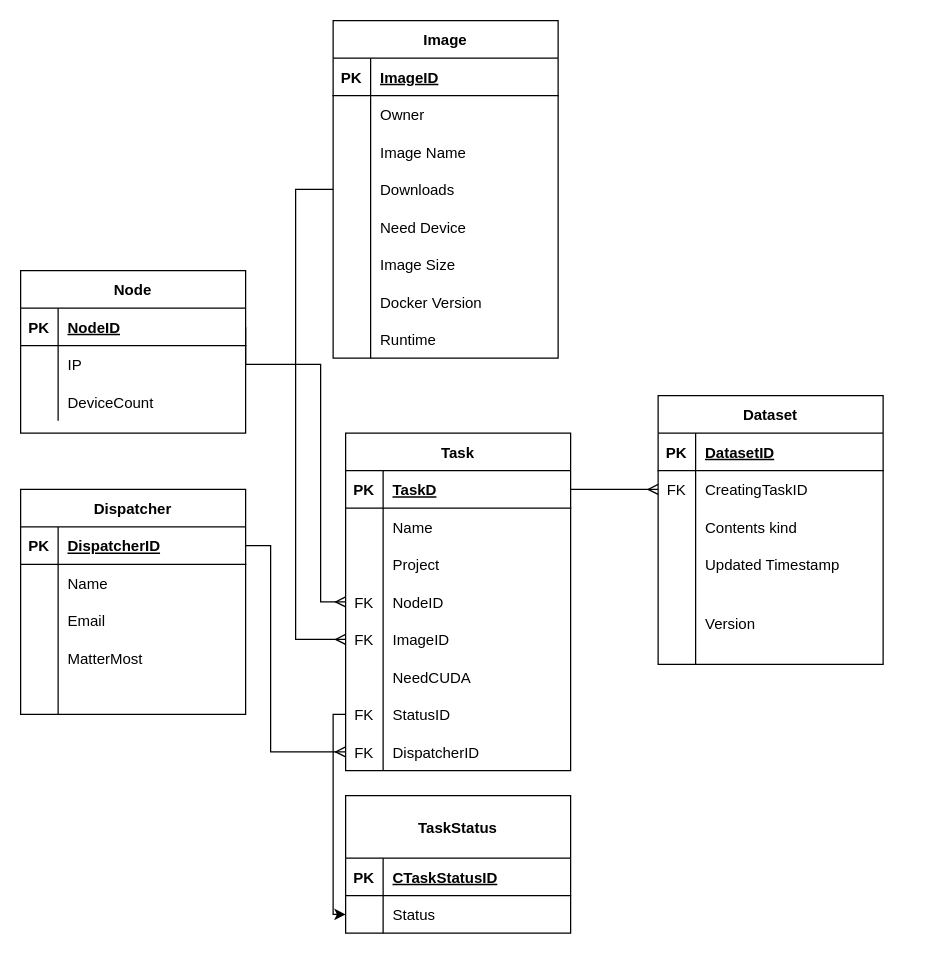
Earlier version of the draw.io diagram page "Страница 1" (1 of 2) of labs/lab01_no_bs/er2.drawio (awarebayes/bases). Source tidied: cells renumbered, new cells numbered last; positions are measured from the earlier drawing's top-left corner, leaving out a move shared by most shapes. Both pictures are drawn from the tidied source at 125%, with x=0, y=0 at pixel (20, 20).
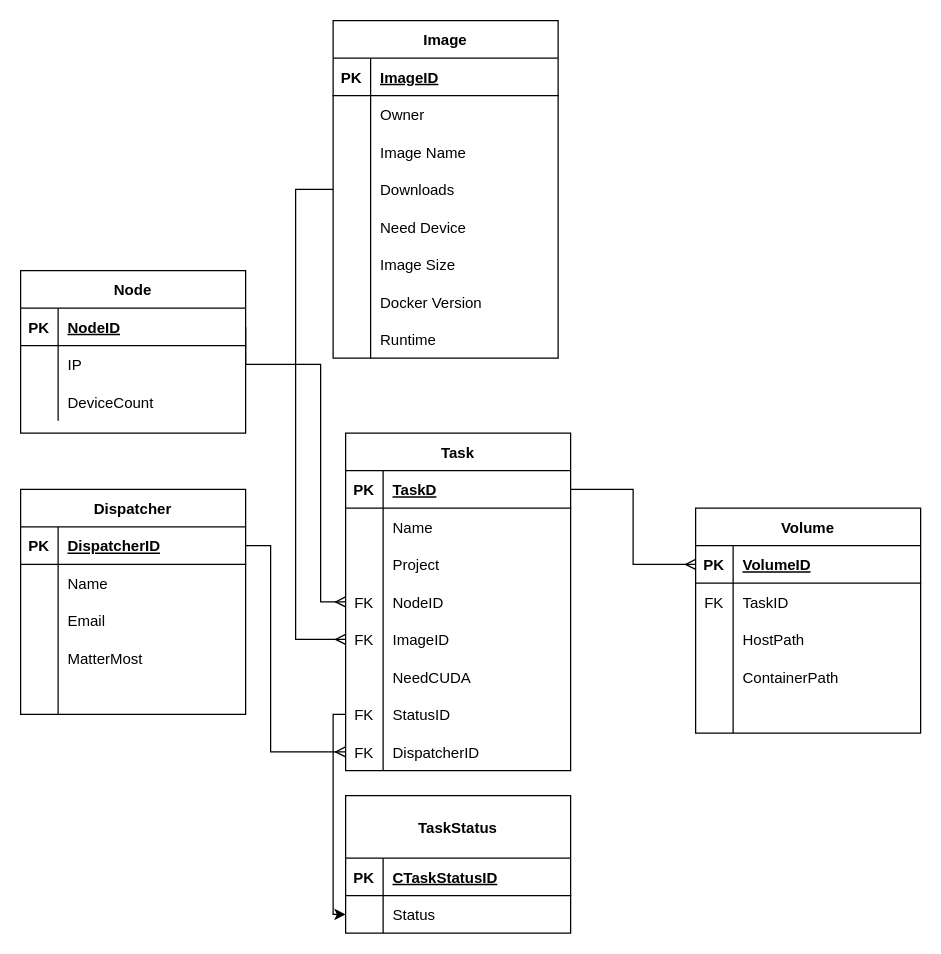
The same diagram, later.

Unchanged cells that the change refers to:
```xml
<mxCell id="3" style="shape=partialRectangle;fillColor=none;top=0;left=0;bottom=1;right=0;points=[[0,0.5],[1,0.5]];portConstraint=eastwest;" parent="2" vertex="1">
  <mxGeometry y="30" width="180" height="30" as="geometry" />
</mxCell>
```

The edit, as a diff of the source:
```diff
@@
-    <mxCell id="43" value="Dataset" style="shape=table;startSize=30;childLayout=tableLayout;rowLines=0;fontStyle=1;align=center;" parent="1" vertex="1">
-      <mxGeometry x="510" y="300" width="180" height="215" as="geometry" />
-    </mxCell>
-    <mxCell id="44" style="shape=partialRectangle;fillColor=none;top=0;left=0;bottom=1;right=0;points=[[0,0.5],[1,0.5]];portConstraint=eastwest;" parent="43" vertex="1">
-      <mxGeometry y="30" width="180" height="30" as="geometry" />
-    </mxCell>
-    <mxCell id="45" value="PK" style="shape=partialRectangle;fillColor=none;top=0;left=0;bottom=0;right=0;fontStyle=1;overflow=hidden;" parent="44" vertex="1">
-      <mxGeometry width="30" height="30" as="geometry" />
-    </mxCell>
-    <mxCell id="46" value="DatasetID" style="shape=partialRectangle;fillColor=none;top=0;left=0;bottom=0;right=0;align=left;spacingLeft=6;fontStyle=5;overflow=hidden;" parent="44" vertex="1">
-      <mxGeometry x="30" width="150" height="30" as="geometry" />
-    </mxCell>
-    <mxCell id="47" style="shape=partialRectangle;fillColor=none;top=0;left=0;bottom=0;right=0;points=[[0,0.5],[1,0.5]];portConstraint=eastwest;" parent="43" vertex="1">
-      <mxGeometry y="60" width="180" height="30" as="geometry" />
-    </mxCell>
-    <mxCell id="48" value="FK" style="shape=partialRectangle;fillColor=none;top=0;left=0;bottom=0;right=0;overflow=hidden;" parent="47" vertex="1">
-      <mxGeometry width="30" height="30" as="geometry" />
-    </mxCell>
-    <mxCell id="49" value="CreatingTaskID" style="shape=partialRectangle;fillColor=none;top=0;left=0;bottom=0;right=0;align=left;spacingLeft=6;overflow=hidden;" parent="47" vertex="1">
-      <mxGeometry x="30" width="150" height="30" as="geometry" />
-    </mxCell>
-    <mxCell id="50" style="shape=partialRectangle;fillColor=none;top=0;left=0;bottom=0;right=0;" parent="43" vertex="1">
-      <mxGeometry y="90" width="180" height="30" as="geometry" />
-    </mxCell>
-    <mxCell id="51" style="shape=partialRectangle;fillColor=none;top=0;left=0;bottom=0;right=0;overflow=hidden;" parent="50" vertex="1">
-      <mxGeometry width="30" height="30" as="geometry" />
-    </mxCell>
-    <mxCell id="52" value="Contents kind" style="shape=partialRectangle;fillColor=none;top=0;left=0;bottom=0;right=0;align=left;spacingLeft=6;overflow=hidden;" parent="50" vertex="1">
-      <mxGeometry x="30" width="150" height="30" as="geometry" />
-    </mxCell>
-    <mxCell id="53" style="shape=partialRectangle;fillColor=none;top=0;left=0;bottom=0;right=0;" parent="43" vertex="1">
-      <mxGeometry y="120" width="180" height="30" as="geometry" />
-    </mxCell>
-    <mxCell id="54" style="shape=partialRectangle;fillColor=none;top=0;left=0;bottom=0;right=0;overflow=hidden;" parent="53" vertex="1">
-      <mxGeometry width="30" height="30" as="geometry" />
-    </mxCell>
-    <mxCell id="55" value="Updated Timestamp" style="shape=partialRectangle;fillColor=none;top=0;left=0;bottom=0;right=0;align=left;spacingLeft=6;overflow=hidden;" parent="53" vertex="1">
-      <mxGeometry x="30" width="150" height="30" as="geometry" />
-    </mxCell>
-    <mxCell id="56" style="shape=partialRectangle;fillColor=none;top=0;left=0;bottom=0;right=0;" parent="43" vertex="1">
-      <mxGeometry y="150" width="180" height="65" as="geometry" />
-    </mxCell>
-    <mxCell id="57" style="shape=partialRectangle;fillColor=none;top=0;left=0;bottom=0;right=0;overflow=hidden;" parent="56" vertex="1">
-      <mxGeometry width="30" height="65" as="geometry" />
-    </mxCell>
-    <mxCell id="58" value="Version" style="shape=partialRectangle;fillColor=none;top=0;left=0;bottom=0;right=0;align=left;spacingLeft=6;overflow=hidden;" parent="56" vertex="1">
-      <mxGeometry x="30" width="150" height="65" as="geometry" />
-    </mxCell>
@@
-    <mxCell id="103" style="edgeStyle=orthogonalEdgeStyle;shape=connector;rounded=0;html=1;exitX=1;exitY=0.5;exitDx=0;exitDy=0;entryX=0;entryY=0.5;entryDx=0;entryDy=0;labelBackgroundColor=default;fontFamily=Helvetica;fontSize=11;fontColor=default;endArrow=ERmany;endFill=0;strokeColor=default;" parent="1" edge="1" source="3" target="47">
-      <mxGeometry relative="1" as="geometry" />
-    </mxCell>
@@
+    <mxCell id="106" value="Volume" style="shape=table;startSize=30;childLayout=tableLayout;rowLines=0;fontStyle=1;align=center;" parent="1" vertex="1">
+      <mxGeometry x="540" y="390" width="180" height="180" as="geometry" />
+    </mxCell>
+    <mxCell id="44" style="shape=partialRectangle;fillColor=none;top=0;left=0;bottom=1;right=0;points=[[0,0.5],[1,0.5]];portConstraint=eastwest;" parent="106" vertex="1">
+      <mxGeometry y="30" width="180" height="30" as="geometry" />
+    </mxCell>
+    <mxCell id="45" value="PK" style="shape=partialRectangle;fillColor=none;top=0;left=0;bottom=0;right=0;fontStyle=1;overflow=hidden;" parent="44" vertex="1">
+      <mxGeometry width="30" height="30" as="geometry" />
+    </mxCell>
+    <mxCell id="107" value="VolumeID" style="shape=partialRectangle;fillColor=none;top=0;left=0;bottom=0;right=0;align=left;spacingLeft=6;fontStyle=5;overflow=hidden;" parent="44" vertex="1">
+      <mxGeometry x="30" width="150" height="30" as="geometry" />
+    </mxCell>
+    <mxCell id="47" style="shape=partialRectangle;fillColor=none;top=0;left=0;bottom=0;right=0;points=[[0,0.5],[1,0.5]];portConstraint=eastwest;" parent="106" vertex="1">
+      <mxGeometry y="60" width="180" height="30" as="geometry" />
+    </mxCell>
+    <mxCell id="48" value="FK" style="shape=partialRectangle;fillColor=none;top=0;left=0;bottom=0;right=0;overflow=hidden;" parent="47" vertex="1">
+      <mxGeometry width="30" height="30" as="geometry" />
+    </mxCell>
+    <mxCell id="108" value="TaskID" style="shape=partialRectangle;fillColor=none;top=0;left=0;bottom=0;right=0;align=left;spacingLeft=6;overflow=hidden;" parent="47" vertex="1">
+      <mxGeometry x="30" width="150" height="30" as="geometry" />
+    </mxCell>
+    <mxCell id="50" style="shape=partialRectangle;fillColor=none;top=0;left=0;bottom=0;right=0;" parent="106" vertex="1">
+      <mxGeometry y="90" width="180" height="30" as="geometry" />
+    </mxCell>
+    <mxCell id="109" style="shape=partialRectangle;fillColor=none;top=0;left=0;bottom=0;right=0;overflow=hidden;" parent="50" vertex="1">
+      <mxGeometry width="30" height="30" as="geometry" />
+    </mxCell>
+    <mxCell id="110" value="HostPath" style="shape=partialRectangle;fillColor=none;top=0;left=0;bottom=0;right=0;align=left;spacingLeft=6;overflow=hidden;" parent="50" vertex="1">
+      <mxGeometry x="30" width="150" height="30" as="geometry" />
+    </mxCell>
+    <mxCell id="53" style="shape=partialRectangle;fillColor=none;top=0;left=0;bottom=0;right=0;" parent="106" vertex="1">
+      <mxGeometry y="120" width="180" height="30" as="geometry" />
+    </mxCell>
+    <mxCell id="111" style="shape=partialRectangle;fillColor=none;top=0;left=0;bottom=0;right=0;overflow=hidden;" parent="53" vertex="1">
+      <mxGeometry width="30" height="30" as="geometry" />
+    </mxCell>
+    <mxCell id="112" value="ContainerPath" style="shape=partialRectangle;fillColor=none;top=0;left=0;bottom=0;right=0;align=left;spacingLeft=6;overflow=hidden;" parent="53" vertex="1">
+      <mxGeometry x="30" width="150" height="30" as="geometry" />
+    </mxCell>
+    <mxCell id="113" style="shape=partialRectangle;fillColor=none;top=0;left=0;bottom=0;right=0;" parent="106" vertex="1">
+      <mxGeometry y="150" width="180" height="30" as="geometry" />
+    </mxCell>
+    <mxCell id="114" style="shape=partialRectangle;fillColor=none;top=0;left=0;bottom=0;right=0;overflow=hidden;" parent="113" vertex="1">
+      <mxGeometry width="30" height="30" as="geometry" />
+    </mxCell>
+    <mxCell id="115" style="shape=partialRectangle;fillColor=none;top=0;left=0;bottom=0;right=0;align=left;spacingLeft=6;overflow=hidden;" parent="113" vertex="1">
+      <mxGeometry x="30" width="150" height="30" as="geometry" />
+    </mxCell>
+    <mxCell id="116" style="edgeStyle=orthogonalEdgeStyle;html=1;exitX=0;exitY=0.5;exitDx=0;exitDy=0;entryX=1;entryY=0.5;entryDx=0;entryDy=0;rounded=0;startArrow=ERmany;startFill=0;endArrow=none;endFill=0;" parent="1" edge="1" source="44" target="3">
+      <mxGeometry relative="1" as="geometry" />
+    </mxCell>
```
